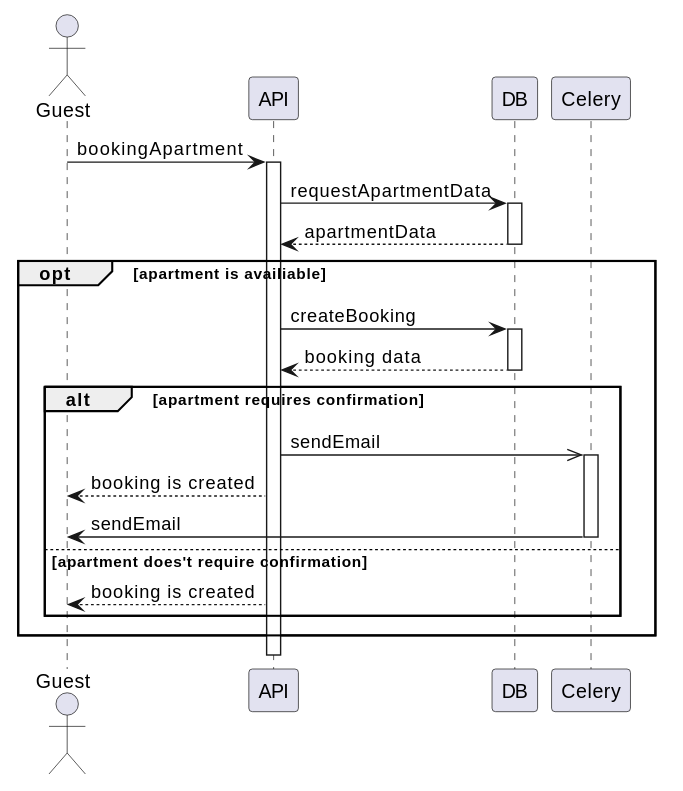
opvlad/kpi-mavpz keeps this PlantUML diagram as lab3/sequence-2.svg. Above is the earlier version.
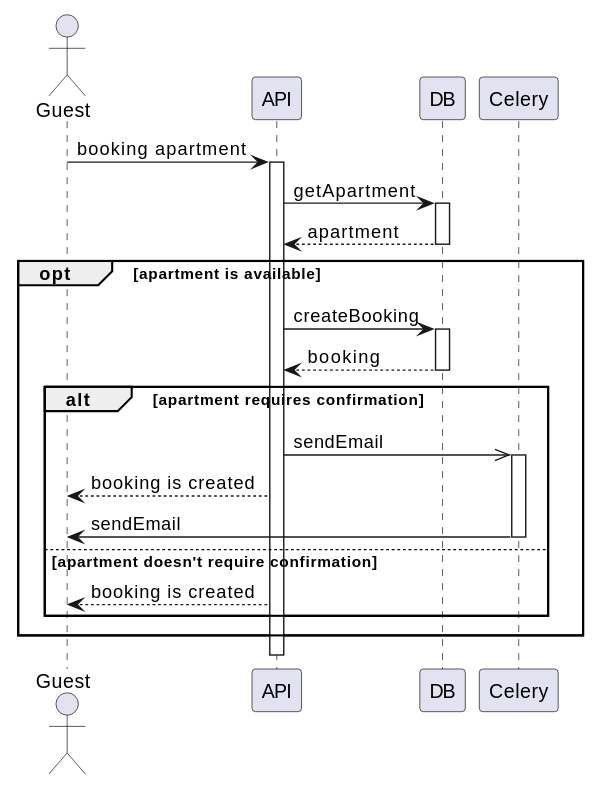
The same diagram one commit later.

Change to the diagram source:
```diff
@@ -1,18 +1,18 @@
 @startuml
 actor Guest as guest
 
-guest -> API : bookingApartment
+guest -> API : booking apartment
 
 activate API
-API -> DB : requestApartmentData
+API -> DB : getApartment
 activate DB
-DB --> API : apartmentData
+DB --> API : apartment
 deactivate DB
 
-opt apartment is availiable
+opt apartment is available
 API -> DB : createBooking
 activate DB
-DB --> API : booking data
+DB --> API : booking
 deactivate DB
 alt apartment requires confirmation
 API ->> Celery : sendEmail
@@ -20,7 +20,7 @@
 API --> guest : booking is created
 Celery -> guest : sendEmail
 deactivate Celery
-else apartment does't require confirmation
+else apartment doesn't require confirmation
 API --> guest : booking is created
 end
 end
```
